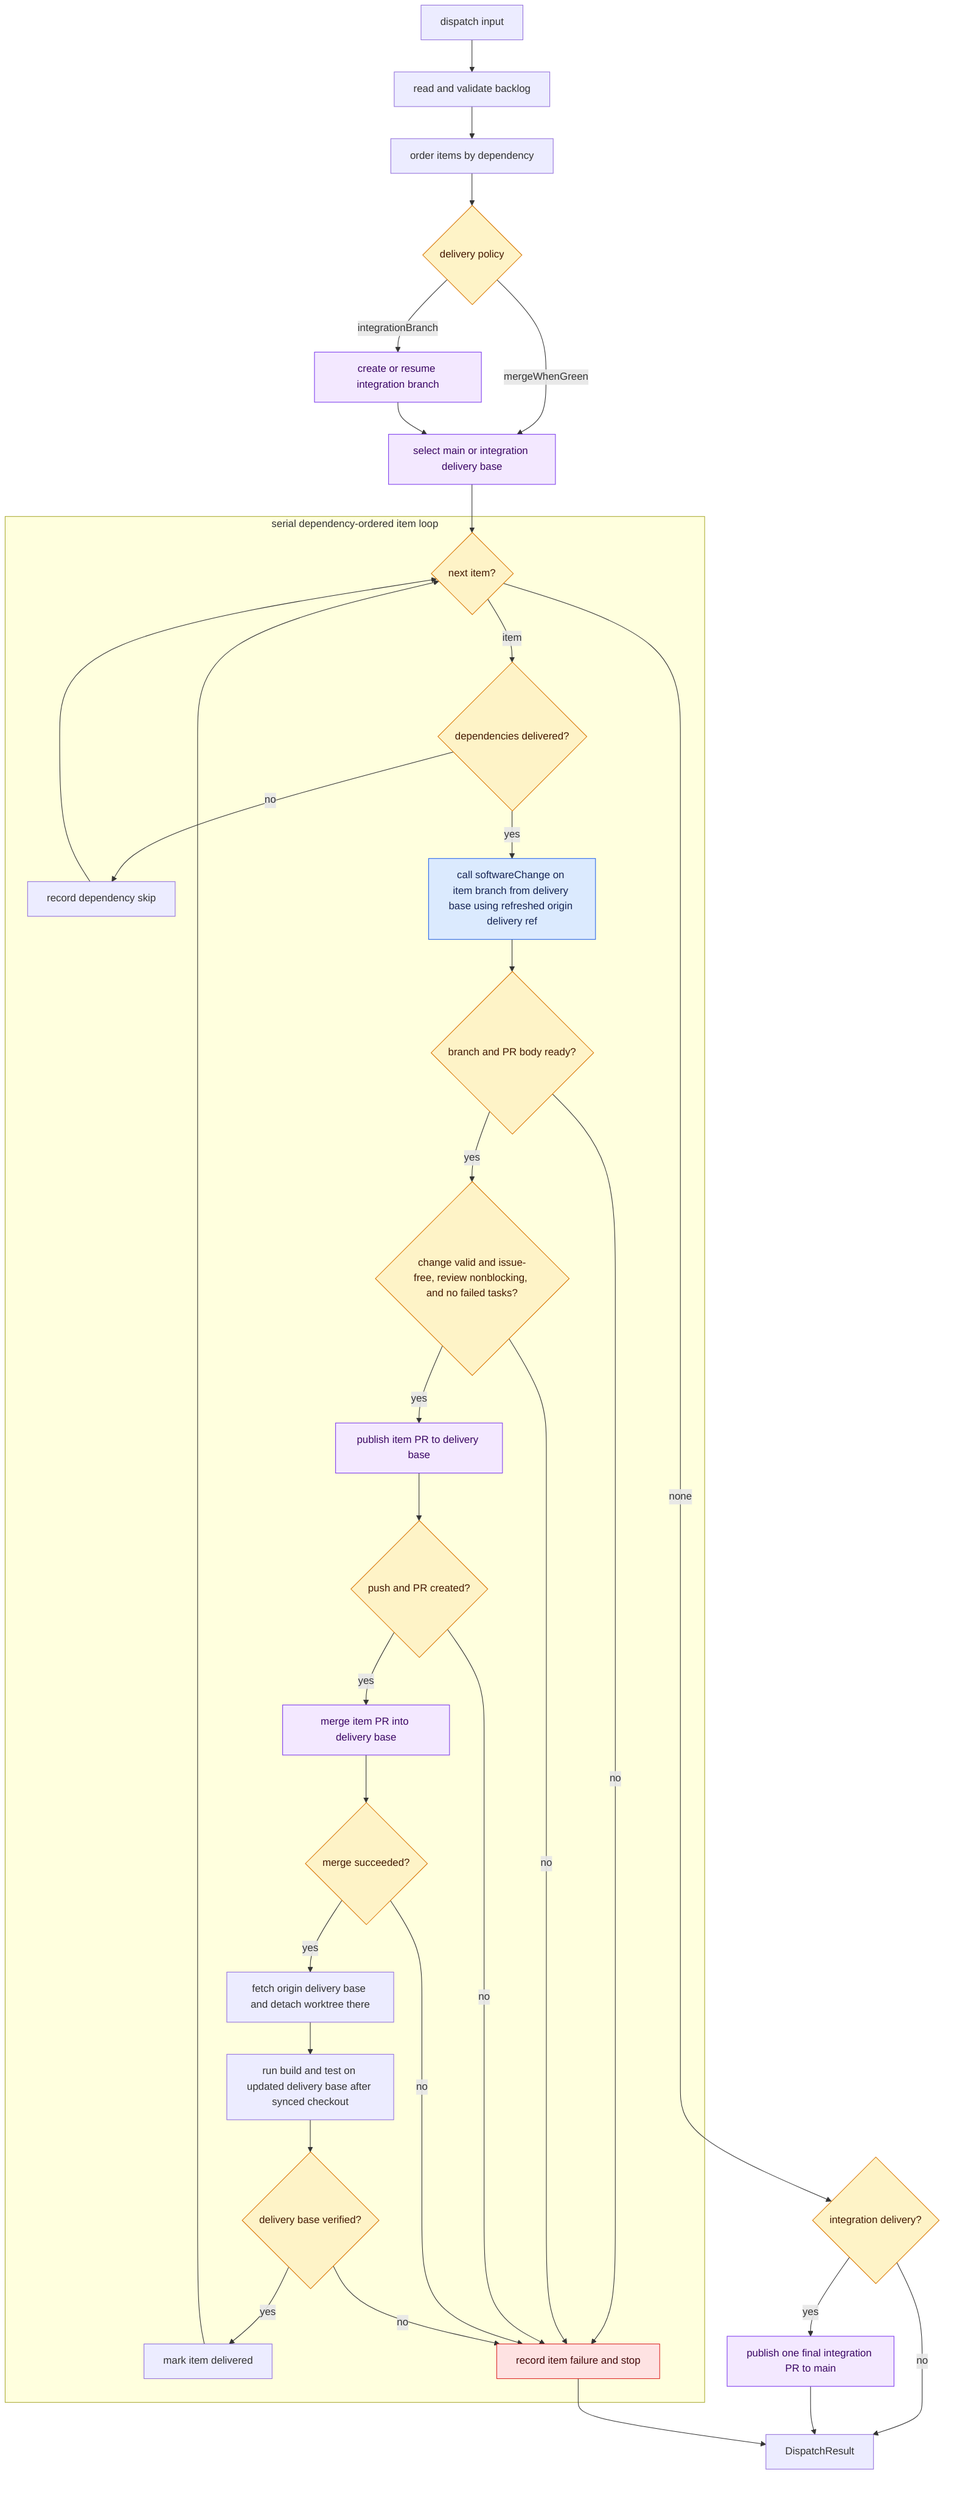
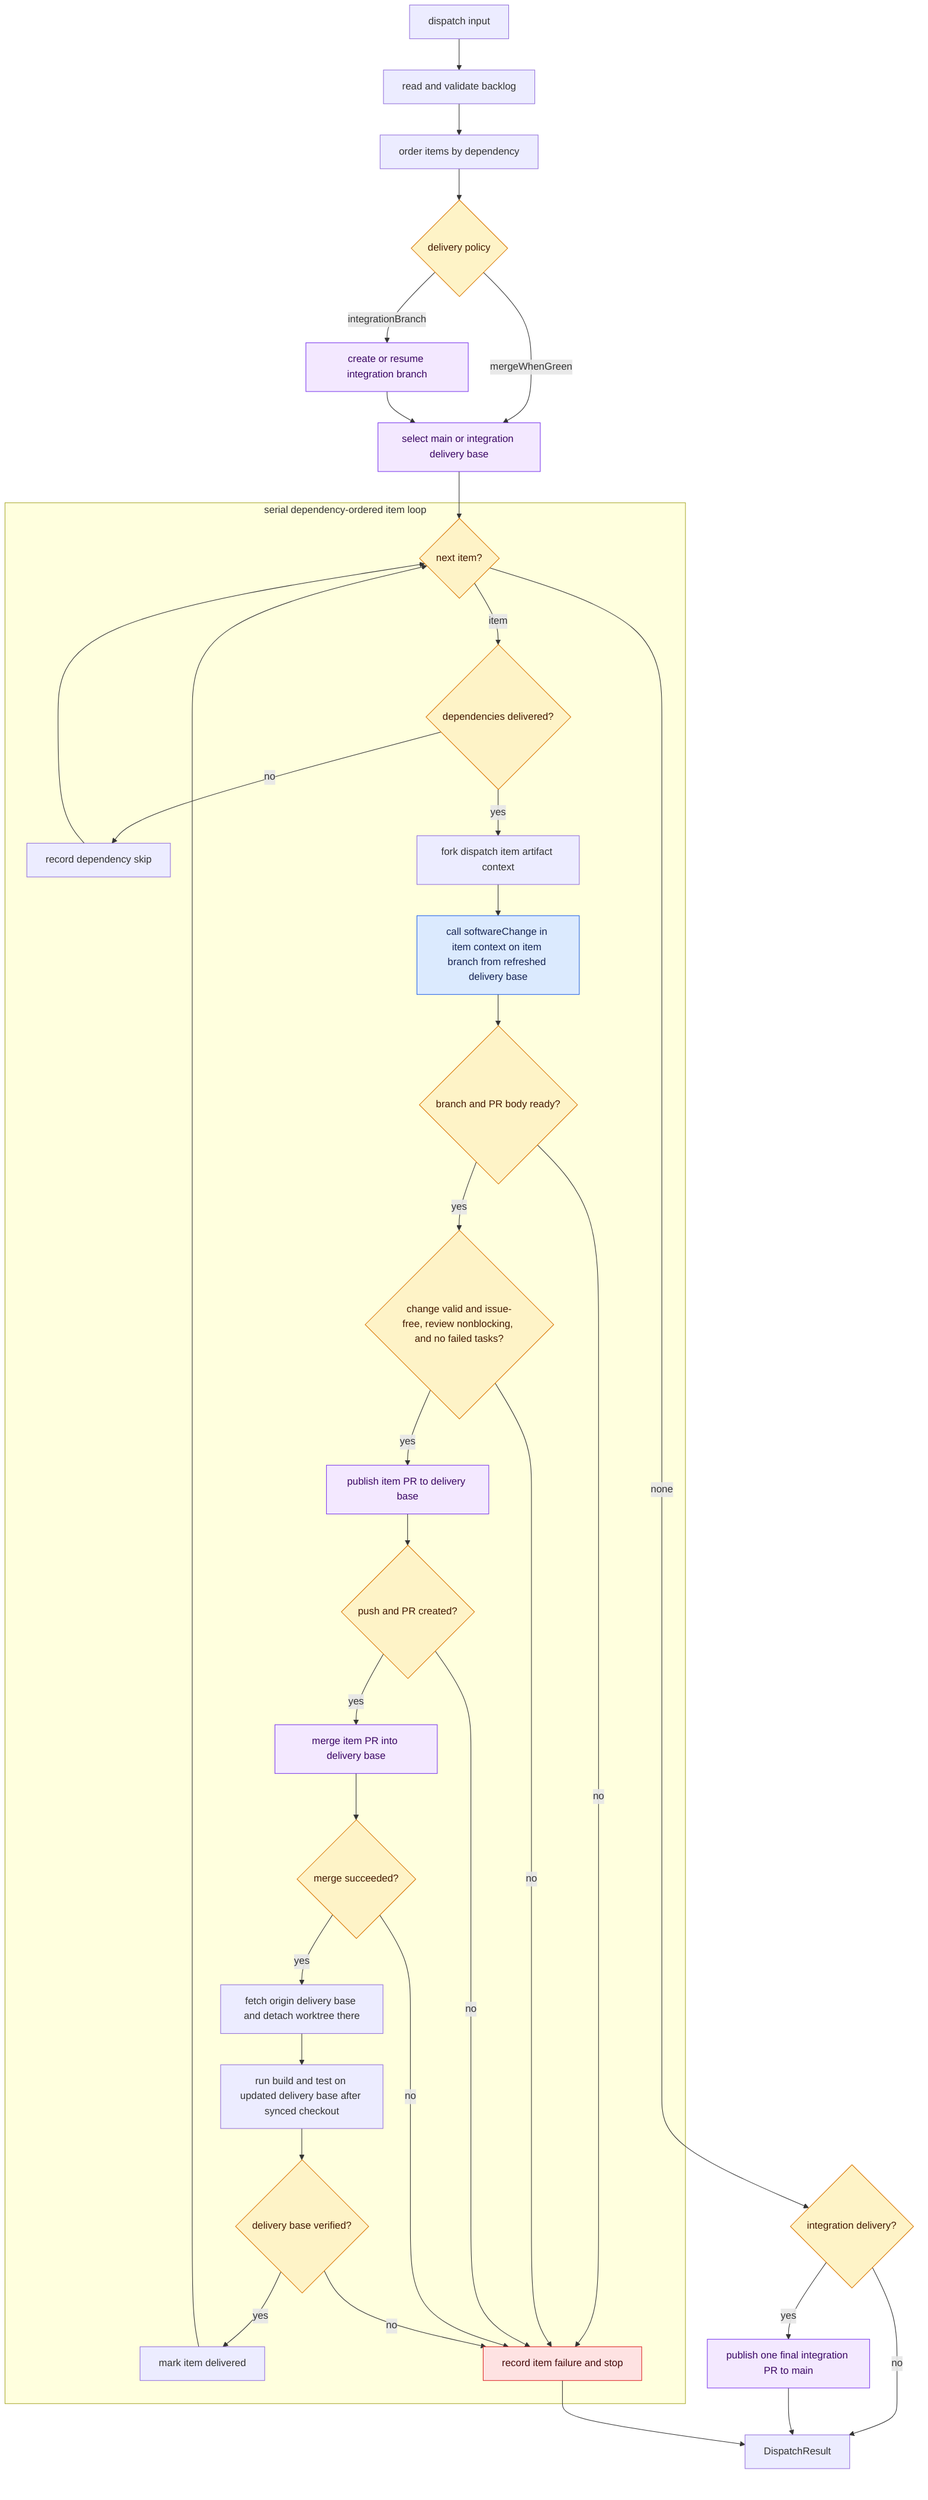
flowchart TD
  Input["dispatch input"]
  ReadBacklog["read and validate backlog"]
  Order["order items by dependency"]
  Policy{"delivery policy"}
  PrepareIntegration["create or resume integration branch"]
  DeliveryBase["select main or integration delivery base"]

  Input --> ReadBacklog
  ReadBacklog --> Order
  Order --> Policy
  Policy -->|mergeWhenGreen| DeliveryBase
  Policy -->|integrationBranch| PrepareIntegration
  PrepareIntegration --> DeliveryBase
  DeliveryBase --> NextItem

  subgraph ItemLoop["serial dependency-ordered item loop"]
    NextItem{"next item?"}
    DependencyGate{"dependencies delivered?"}
    DependencySkip["record dependency skip"]
-     SoftwareChange["call softwareChange on item branch from delivery base using refreshed origin delivery ref"]
+     ItemContext["fork dispatch item artifact context"]
+     SoftwareChange["call softwareChange in item context on item branch from refreshed delivery base"]
    WorkflowReady{"branch and PR body ready?"}
    ReviewGate{"change valid and issue-free, review nonblocking, and no failed tasks?"}
    Publish["publish item PR to delivery base"]
    PublishGate{"push and PR created?"}
    Merge["merge item PR into delivery base"]
    MergeGate{"merge succeeded?"}
    SyncBase["fetch origin delivery base and detach worktree there"]
    VerifyBase["run build and test on updated delivery base after synced checkout"]
    BaseGate{"delivery base verified?"}
    MarkDelivered["mark item delivered"]
    ItemFailure["record item failure and stop"]

    NextItem -->|item| DependencyGate
    DependencyGate -->|no| DependencySkip
    DependencySkip --> NextItem
-     DependencyGate -->|yes| SoftwareChange
+     DependencyGate -->|yes| ItemContext
+     ItemContext --> SoftwareChange
    SoftwareChange --> WorkflowReady
    WorkflowReady -->|no| ItemFailure
    WorkflowReady -->|yes| ReviewGate
    ReviewGate -->|no| ItemFailure
    ReviewGate -->|yes| Publish
    Publish --> PublishGate
    PublishGate -->|no| ItemFailure
    PublishGate -->|yes| Merge
    Merge --> MergeGate
    MergeGate -->|no| ItemFailure
    MergeGate -->|yes| SyncBase
    SyncBase --> VerifyBase
    VerifyBase --> BaseGate
    BaseGate -->|no| ItemFailure
    BaseGate -->|yes| MarkDelivered
    MarkDelivered --> NextItem
  end

  NextItem -->|none| FinalPolicy
  FinalPolicy{"integration delivery?"}
  FinalPublish["publish one final integration PR to main"]
  Result["DispatchResult"]

  FinalPolicy -->|no| Result
  FinalPolicy -->|yes| FinalPublish
  FinalPublish --> Result
  ItemFailure --> Result

  classDef workflow fill:#dbeafe,stroke:#2563eb,color:#172554;
  classDef gate fill:#fef3c7,stroke:#d97706,color:#451a03;
  classDef policy fill:#f3e8ff,stroke:#7c3aed,color:#3b0764;
  classDef failure fill:#fee2e2,stroke:#dc2626,color:#450a0a;
  class SoftwareChange workflow;
  class Policy,NextItem,DependencyGate,WorkflowReady,PublishGate,ReviewGate,MergeGate,BaseGate,FinalPolicy gate;
  class PrepareIntegration,DeliveryBase,Publish,Merge,FinalPublish policy;
  class ItemFailure failure;
